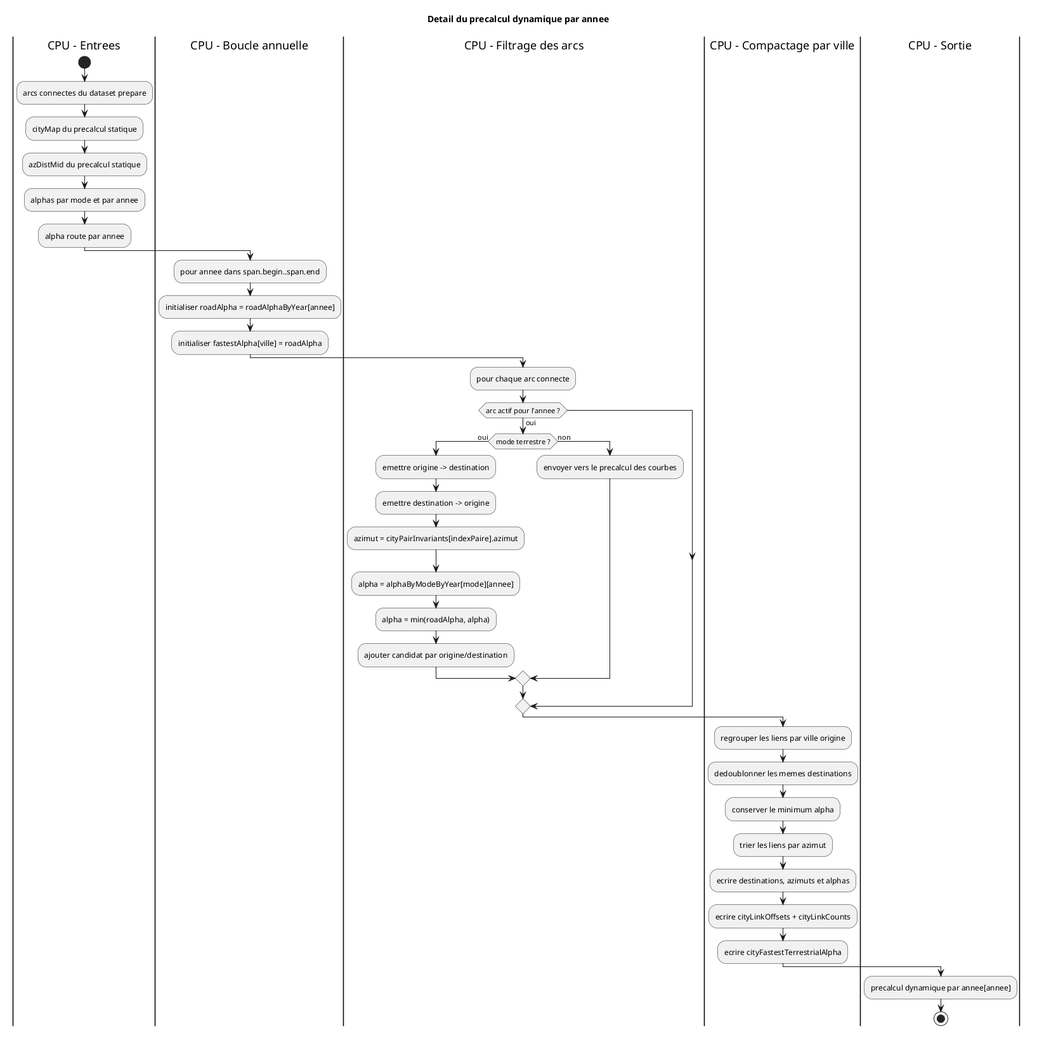
Earlier version of the PlantUML export docs/diagrams/precompute/04-dynamic-town-precompute.png (kaktus40/shriveling_world).
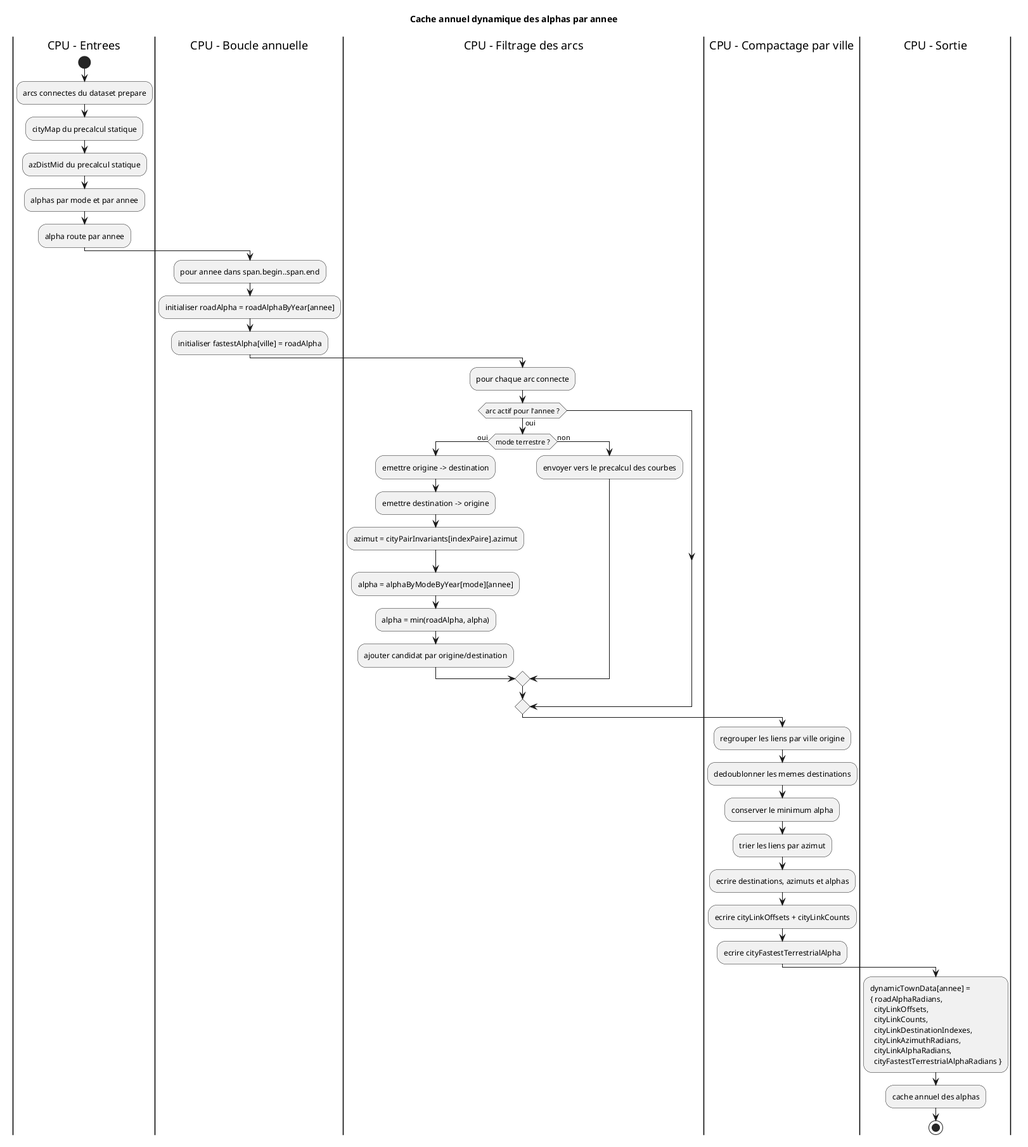
Later version of the same file.

Commit message:
docs(m9): update annual cache diagrams

Change to the diagram source:
```diff
@@ -1,5 +1,5 @@
 @startuml
-title Detail du precalcul dynamique par annee
+title Cache annuel dynamique des alphas par annee
 
 |CPU - Entrees|
 start
@@ -39,6 +39,7 @@
 :ecrire cityFastestTerrestrialAlpha;
 
 |CPU - Sortie|
-:precalcul dynamique par annee[annee];
+:dynamicTownData[annee] =\n{ roadAlphaRadians,\n  cityLinkOffsets,\n  cityLinkCounts,\n  cityLinkDestinationIndexes,\n  cityLinkAzimuthRadians,\n  cityLinkAlphaRadians,\n  cityFastestTerrestrialAlphaRadians };
+:cache annuel des alphas;
 stop
 @enduml
```
